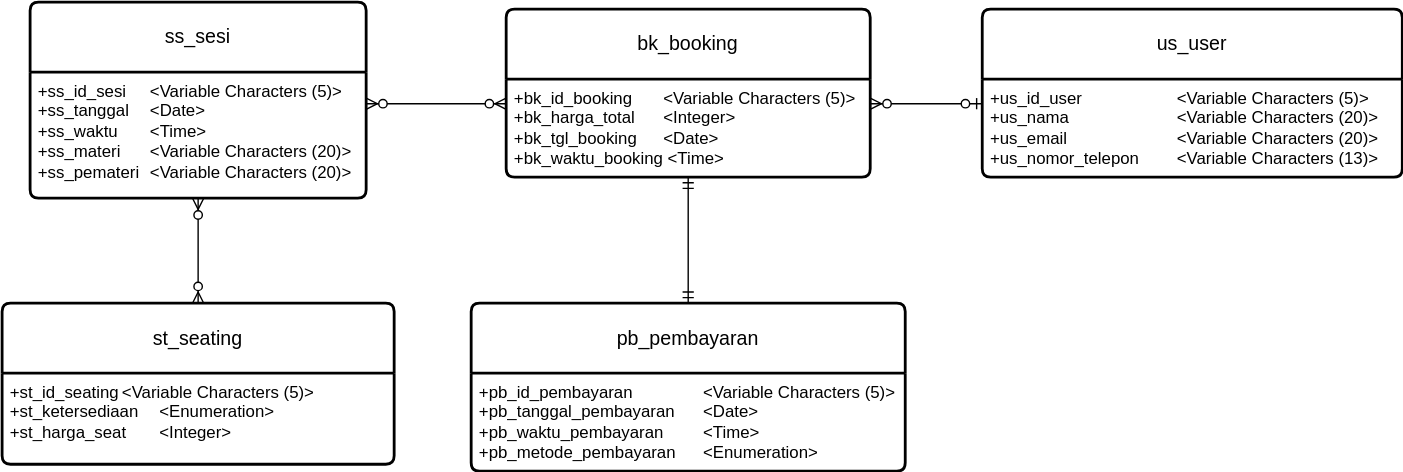
Earlier version of the draw.io export SeminarSystem_CDM.drawio.svg (borednuna/Hanun-Shaka-P_Tugas2MCI). Source tidied: cells renumbered, new cells last; positions are measured from the earlier drawing's top-left corner, leaving out a move shared by most shapes.
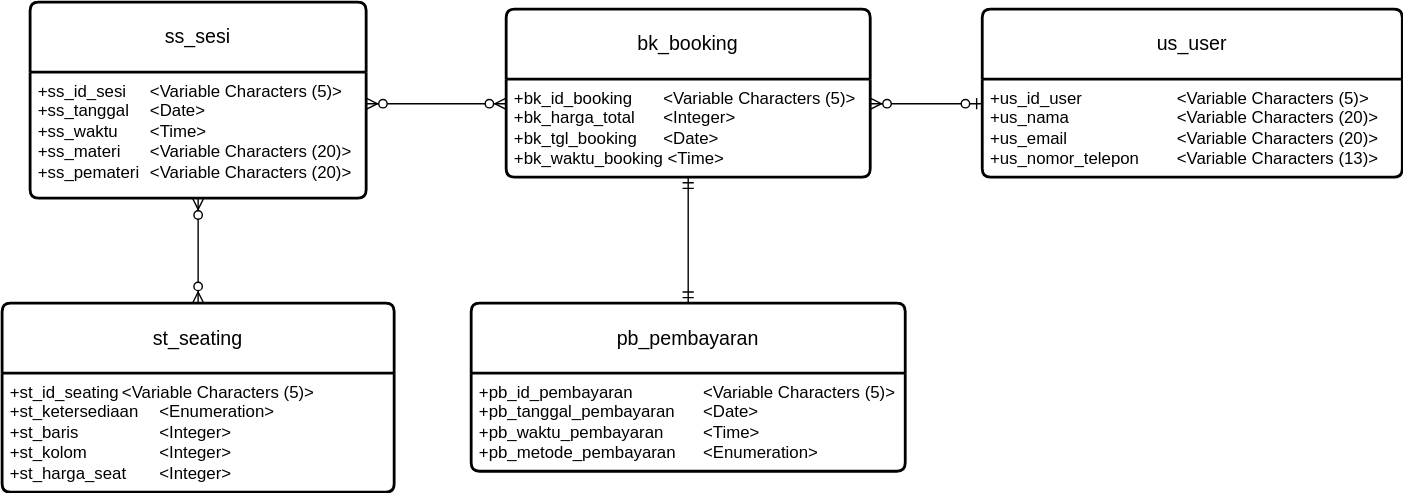
The same diagram one commit later.

The edit, as a diff of the source:
```diff
@@ -21,10 +21,10 @@
       <mxGeometry y="50" width="240" height="90" as="geometry" />
     </mxCell>
     <mxCell id="8" value="st_seating" style="swimlane;horizontal=1;startSize=50;rounded=1;fontSize=14;fontStyle=0;strokeWidth=2;shadow=0;dashed=0;align=center;arcSize=4;whiteSpace=wrap;html=1;" parent="1" vertex="1">
-      <mxGeometry y="215" width="280" height="115" as="geometry" />
+      <mxGeometry y="215" width="280" height="135" as="geometry" />
     </mxCell>
-    <mxCell id="9" value="&lt;div&gt;+st_id_seating&lt;span style=&quot;white-space: pre;&quot;&gt; &lt;/span&gt;&amp;lt;Variable Characters (5)&amp;gt;&lt;br&gt;&lt;/div&gt;&lt;div&gt;+st_ketersediaan&lt;span style=&quot;white-space: pre;&quot;&gt; &lt;/span&gt;&amp;lt;Enumeration&amp;gt;&lt;/div&gt;&lt;div&gt;+st_harga_seat&lt;span style=&quot;white-space: pre;&quot;&gt; &lt;/span&gt;&amp;lt;Integer&amp;gt;&lt;br&gt;&lt;/div&gt;" style="align=left;strokeColor=none;fillColor=none;spacingLeft=4;fontSize=12;verticalAlign=top;html=1;" parent="8" vertex="1">
-      <mxGeometry y="50" width="280" height="65" as="geometry" />
+    <mxCell id="9" value="&lt;div&gt;+st_id_seating&lt;span style=&quot;white-space: pre;&quot;&gt; &lt;/span&gt;&amp;lt;Variable Characters (5)&amp;gt;&lt;br&gt;&lt;/div&gt;&lt;div&gt;+st_ketersediaan&lt;span style=&quot;white-space: pre;&quot;&gt; &lt;/span&gt;&amp;lt;Enumeration&amp;gt;&lt;/div&gt;&lt;div&gt;+st_baris&lt;span style=&quot;white-space: pre;&quot;&gt; &lt;/span&gt;&lt;span style=&quot;white-space: pre;&quot;&gt; &lt;/span&gt;&lt;span style=&quot;white-space: pre;&quot;&gt; &lt;/span&gt;&amp;lt;Integer&amp;gt;&lt;/div&gt;&lt;div&gt;+st_kolom&lt;span style=&quot;white-space: pre;&quot;&gt; &lt;/span&gt;&lt;span style=&quot;white-space: pre;&quot;&gt; &lt;/span&gt;&amp;lt;Integer&amp;gt;&lt;br&gt;&lt;/div&gt;&lt;div&gt;+st_harga_seat&lt;span style=&quot;white-space: pre;&quot;&gt; &lt;/span&gt;&amp;lt;Integer&amp;gt;&lt;br&gt;&lt;/div&gt;" style="align=left;strokeColor=none;fillColor=none;spacingLeft=4;fontSize=12;verticalAlign=top;html=1;" parent="8" vertex="1">
+      <mxGeometry y="50" width="280" height="85" as="geometry" />
     </mxCell>
     <mxCell id="10" style="edgeStyle=entityRelationEdgeStyle;fontSize=12;html=1;endArrow=ERzeroToMany;startArrow=ERzeroToOne;rounded=0;exitX=0;exitY=0.25;exitDx=0;exitDy=0;entryX=1;entryY=0.25;entryDx=0;entryDy=0;" parent="1" edge="1" source="5" target="3">
       <mxGeometry relative="1" as="geometry" />
```
